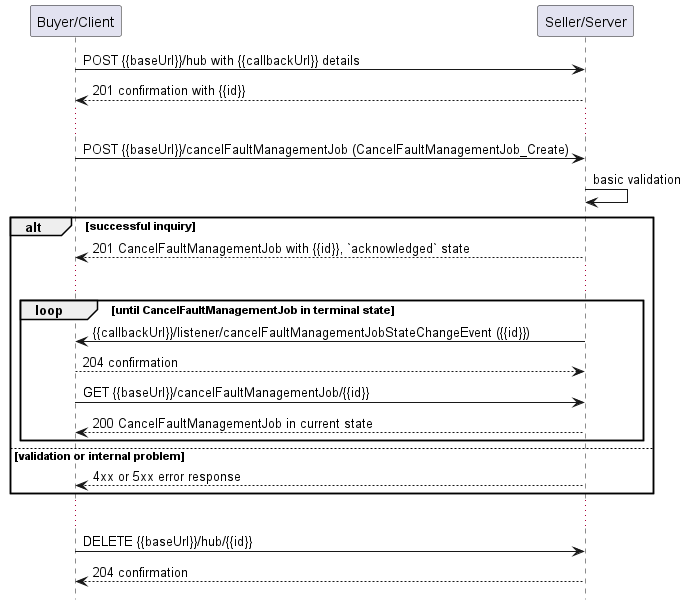
Earlier version of the PlantUML export documentation/serviceApi/fm/media/useCase7Notification.png (MEF-GIT/MEF-LSO-Legato-SDK).
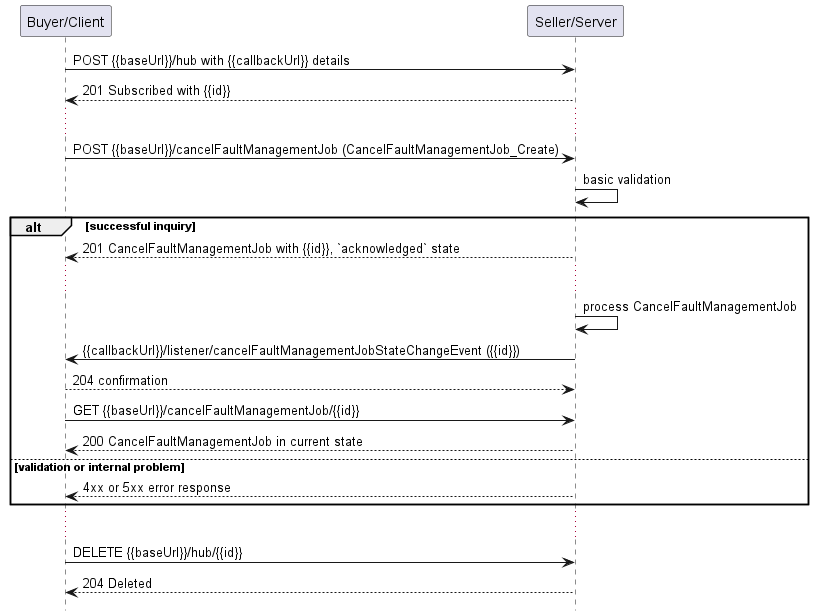
The same diagram one commit later.

Change to the diagram source:
```diff
@@ -6,7 +6,7 @@
 participant "Seller/Server" as S
 
 B -> S: POST {{baseUrl}}/hub with {{callbackUrl}} details
-S --> B: 201 confirmation with {{id}}
+S --> B: 201 Subscribed with {{id}}
 ...
 B -> S: POST {{baseUrl}}/cancelFaultManagementJob (CancelFaultManagementJob_Create)
 S -> S: basic validation
@@ -15,12 +15,12 @@
   S --> B: 201 CancelFaultManagementJob with {{id}}, `acknowledged` state
   ...
 
-  group loop [until CancelFaultManagementJob in terminal state]
-      S -> B: {{callbackUrl}}/listener/cancelFaultManagementJobStateChangeEvent ({{id}})
-      B --> S: 204 confirmation
-      B -> S:   GET {{baseUrl}}/cancelFaultManagementJob/{{id}}
-      return 200 CancelFaultManagementJob in current state
-  end
+  S -> S: process CancelFaultManagementJob
+
+  S -> B: {{callbackUrl}}/listener/cancelFaultManagementJobStateChangeEvent ({{id}})
+  B --> S: 204 confirmation
+  B -> S: GET {{baseUrl}}/cancelFaultManagementJob/{{id}}
+  return 200 CancelFaultManagementJob in current state
 
 else validation or internal problem
   S --> B : 4xx or 5xx error response
@@ -29,6 +29,6 @@
 ...
 
 B -> S : DELETE {{baseUrl}}/hub/{{id}}
-S --> B : 204 confirmation
+S --> B : 204 Deleted
 
 @enduml
```
